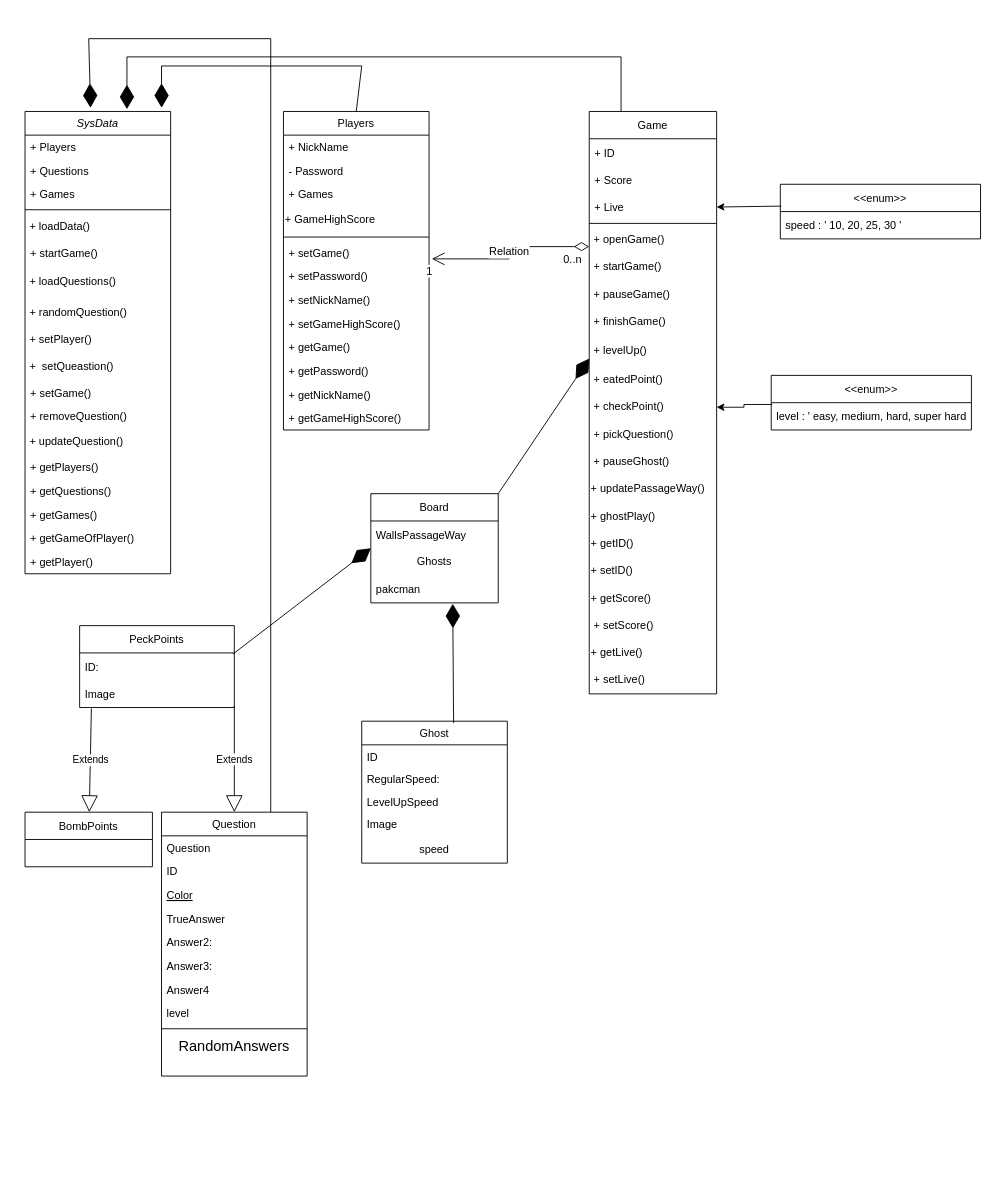
This is Untitled Diagram.drawio from muhammad197/Pack-Man, a draw.io file, before an edit. Source tidied: cells renumbered, new cells numbered last; positions are measured from the earlier drawing's top-left corner, leaving out a move shared by most shapes. Both pictures are drawn from the tidied source at 91%, with x=0, y=0 at pixel (25, 38).
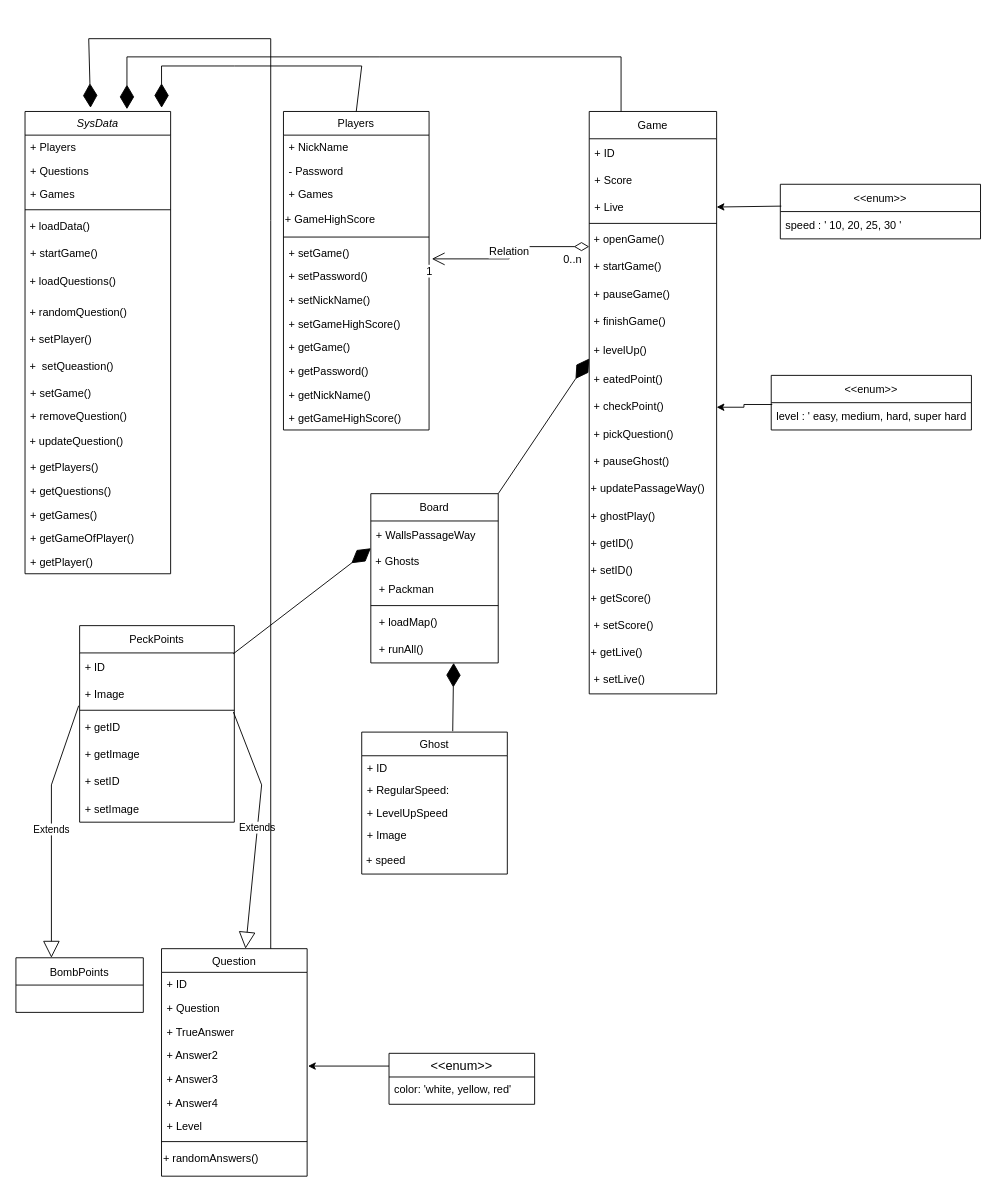
The same diagram, later.

What changed in the source:
```diff
@@
     <mxCell id="21" value="Question" style="swimlane;fontStyle=0;align=center;verticalAlign=top;horizontal=1;startSize=26;rounded=0;shadow=0;strokeWidth=1;" parent="1" vertex="1">
-      <mxGeometry x="150" y="850" width="160" height="290" as="geometry" />
+      <mxGeometry x="150" y="1000" width="160" height="250" as="geometry" />
     </mxCell>
+    <mxCell id="23" value="+ ID" style="text;align=left;verticalAlign=top;spacingLeft=4;spacingRight=4;overflow=hidden;rounded=0;shadow=0;html=0;" parent="21" vertex="1">
+      <mxGeometry y="26" width="160" height="26" as="geometry" />
+    </mxCell>
-    <mxCell id="22" value="Question" style="text;align=left;verticalAlign=top;spacingLeft=4;spacingRight=4;overflow=hidden;" parent="21" vertex="1">
-      <mxGeometry y="26" width="160" height="26" as="geometry" />
+    <mxCell id="22" value="+ Question" style="text;align=left;verticalAlign=top;spacingLeft=4;spacingRight=4;overflow=hidden;" parent="21" vertex="1">
+      <mxGeometry y="52" width="160" height="26" as="geometry" />
     </mxCell>
-    <mxCell id="23" value="ID" style="text;align=left;verticalAlign=top;spacingLeft=4;spacingRight=4;overflow=hidden;rounded=0;shadow=0;html=0;" parent="21" vertex="1">
-      <mxGeometry y="52" width="160" height="26" as="geometry" />
-    </mxCell>
-    <mxCell id="24" value="Color" style="text;align=left;verticalAlign=top;spacingLeft=4;spacingRight=4;overflow=hidden;fontStyle=4;" parent="21" vertex="1">
-      <mxGeometry y="78" width="160" height="26" as="geometry" />
-    </mxCell>
-    <mxCell id="25" value="TrueAnswer" style="text;align=left;verticalAlign=top;spacingLeft=4;spacingRight=4;overflow=hidden;" parent="21" vertex="1">
-      <mxGeometry y="104" width="160" height="26" as="geometry" />
+    <mxCell id="25" value="+ TrueAnswer" style="text;align=left;verticalAlign=top;spacingLeft=4;spacingRight=4;overflow=hidden;" parent="21" vertex="1">
+      <mxGeometry y="78" width="160" height="26" as="geometry" />
     </mxCell>
-    <mxCell id="26" value="Answer2:" style="text;align=left;verticalAlign=top;spacingLeft=4;spacingRight=4;overflow=hidden;" parent="21" vertex="1">
-      <mxGeometry y="130" width="160" height="26" as="geometry" />
+    <mxCell id="26" value="+ Answer2" style="text;align=left;verticalAlign=top;spacingLeft=4;spacingRight=4;overflow=hidden;" parent="21" vertex="1">
+      <mxGeometry y="104" width="160" height="26" as="geometry" />
     </mxCell>
-    <mxCell id="27" value="Answer3:" style="text;align=left;verticalAlign=top;spacingLeft=4;spacingRight=4;overflow=hidden;points=[[0,0.5],[1,0.5]];portConstraint=eastwest;rounded=0;shadow=0;html=0;" parent="21" vertex="1">
-      <mxGeometry y="156" width="160" height="26" as="geometry" />
+    <mxCell id="27" value="+ Answer3" style="text;align=left;verticalAlign=top;spacingLeft=4;spacingRight=4;overflow=hidden;points=[[0,0.5],[1,0.5]];portConstraint=eastwest;rounded=0;shadow=0;html=0;" parent="21" vertex="1">
+      <mxGeometry y="130" width="160" height="26" as="geometry" />
     </mxCell>
-    <mxCell id="28" value="Answer4" style="text;align=left;verticalAlign=top;spacingLeft=4;spacingRight=4;overflow=hidden;rounded=0;shadow=0;html=0;" parent="21" vertex="1">
-      <mxGeometry y="182" width="160" height="26" as="geometry" />
+    <mxCell id="28" value="+ Answer4" style="text;align=left;verticalAlign=top;spacingLeft=4;spacingRight=4;overflow=hidden;rounded=0;shadow=0;html=0;" parent="21" vertex="1">
+      <mxGeometry y="156" width="160" height="26" as="geometry" />
     </mxCell>
-    <mxCell id="29" value="level" style="text;align=left;verticalAlign=top;spacingLeft=4;spacingRight=4;overflow=hidden;" parent="21" vertex="1">
-      <mxGeometry y="208" width="160" height="26" as="geometry" />
+    <mxCell id="29" value="+ Level" style="text;align=left;verticalAlign=top;spacingLeft=4;spacingRight=4;overflow=hidden;" parent="21" vertex="1">
+      <mxGeometry y="182" width="160" height="26" as="geometry" />
     </mxCell>
     <mxCell id="30" style="line;html=1;strokeWidth=1;align=left;verticalAlign=middle;spacingTop=-1;spacingLeft=3;spacingRight=3;labelPosition=right;" parent="21" vertex="1">
-      <mxGeometry y="234" width="160" height="8" as="geometry" />
+      <mxGeometry y="208" width="160" height="8" as="geometry" />
     </mxCell>
-    <mxCell id="31" value="&lt;div class=&quot;page&quot; title=&quot;Page 10&quot;&gt;&lt;div class=&quot;section&quot; style=&quot;background-color: rgb(255 , 255 , 255)&quot;&gt;&lt;div class=&quot;layoutArea&quot;&gt;&lt;div class=&quot;column&quot;&gt;&lt;p&gt;&lt;span style=&quot;font-size: 12pt ; font-family: &amp;#34;arialmt&amp;#34;&quot;&gt;RandomAnswers&lt;/span&gt;&lt;/p&gt;&lt;/div&gt;&lt;/div&gt;&lt;/div&gt;&lt;/div&gt;" style="text;html=1;strokeColor=none;fillColor=none;align=center;verticalAlign=middle;whiteSpace=wrap;rounded=0;" parent="21" vertex="1">
-      <mxGeometry y="242" width="160" height="30" as="geometry" />
+    <mxCell id="31" value="&lt;div class=&quot;page&quot; title=&quot;Page 10&quot; style=&quot;font-size: 12px&quot;&gt;&lt;div class=&quot;section&quot; style=&quot;background-color: rgb(255 , 255 , 255) ; font-size: 12px&quot;&gt;&lt;div class=&quot;layoutArea&quot; style=&quot;font-size: 12px&quot;&gt;&lt;div class=&quot;column&quot; style=&quot;font-size: 12px&quot;&gt;&lt;p style=&quot;font-size: 12px&quot;&gt;&lt;span style=&quot;font-size: 12px ; font-family: &amp;#34;arialmt&amp;#34;&quot;&gt;+ randomAnswers()&lt;/span&gt;&lt;/p&gt;&lt;/div&gt;&lt;/div&gt;&lt;/div&gt;&lt;/div&gt;" style="text;html=1;strokeColor=none;fillColor=none;align=left;verticalAlign=middle;whiteSpace=wrap;rounded=0;fontSize=12;" parent="21" vertex="1">
+      <mxGeometry y="216" width="160" height="30" as="geometry" />
     </mxCell>
     <mxCell id="32" value="Ghost" style="swimlane;fontStyle=0;align=center;verticalAlign=top;horizontal=1;startSize=26;rounded=0;shadow=0;strokeWidth=1;" parent="1" vertex="1">
-      <mxGeometry x="370" y="750" width="160" height="156" as="geometry" />
+      <mxGeometry x="370" y="762" width="160" height="156" as="geometry" />
     </mxCell>
-    <mxCell id="33" value="ID" style="text;align=left;verticalAlign=top;spacingLeft=4;spacingRight=4;overflow=hidden;" parent="32" vertex="1">
+    <mxCell id="33" value="+ ID" style="text;align=left;verticalAlign=top;spacingLeft=4;spacingRight=4;overflow=hidden;fontSize=12;" parent="32" vertex="1">
       <mxGeometry y="26" width="160" height="24" as="geometry" />
     </mxCell>
-    <mxCell id="34" value="RegularSpeed:" style="text;align=left;verticalAlign=top;spacingLeft=4;spacingRight=4;overflow=hidden;" parent="32" vertex="1">
+    <mxCell id="34" value="+ RegularSpeed:" style="text;align=left;verticalAlign=top;spacingLeft=4;spacingRight=4;overflow=hidden;fontSize=12;" parent="32" vertex="1">
       <mxGeometry y="50" width="160" height="26" as="geometry" />
     </mxCell>
-    <mxCell id="35" value="LevelUpSpeed" style="text;align=left;verticalAlign=top;spacingLeft=4;spacingRight=4;overflow=hidden;" parent="32" vertex="1">
+    <mxCell id="35" value="+ LevelUpSpeed" style="text;align=left;verticalAlign=top;spacingLeft=4;spacingRight=4;overflow=hidden;fontSize=12;" parent="32" vertex="1">
       <mxGeometry y="76" width="160" height="24" as="geometry" />
     </mxCell>
-    <mxCell id="36" value="Image" style="text;align=left;verticalAlign=top;spacingLeft=4;spacingRight=4;overflow=hidden;" parent="32" vertex="1">
+    <mxCell id="36" value="+ Image" style="text;align=left;verticalAlign=top;spacingLeft=4;spacingRight=4;overflow=hidden;fontSize=12;" parent="32" vertex="1">
       <mxGeometry y="100" width="160" height="26" as="geometry" />
     </mxCell>
-    <mxCell id="37" value="speed" style="text;html=1;strokeColor=none;fillColor=none;align=center;verticalAlign=middle;whiteSpace=wrap;rounded=0;" parent="32" vertex="1">
+    <mxCell id="37" value="&amp;nbsp;+ speed" style="text;html=1;strokeColor=none;fillColor=none;align=left;verticalAlign=middle;whiteSpace=wrap;rounded=0;fontSize=12;" parent="32" vertex="1">
       <mxGeometry y="126" width="160" height="30" as="geometry" />
     </mxCell>
@@
     <mxCell id="74" value="PeckPoints" style="swimlane;fontStyle=0;horizontal=1;startSize=30;" parent="1" vertex="1">
-      <mxGeometry x="60" y="645" width="170" height="90" as="geometry" />
+      <mxGeometry x="60" y="645" width="170" height="216" as="geometry" />
     </mxCell>
-    <mxCell id="75" value="ID:" style="text;strokeColor=none;fillColor=none;align=left;verticalAlign=middle;spacingLeft=4;spacingRight=4;overflow=hidden;points=[[0,0.5],[1,0.5]];portConstraint=eastwest;" parent="74" vertex="1">
+    <mxCell id="75" value="+ ID" style="text;strokeColor=none;fillColor=none;align=left;verticalAlign=middle;spacingLeft=4;spacingRight=4;overflow=hidden;points=[[0,0.5],[1,0.5]];portConstraint=eastwest;" parent="74" vertex="1">
       <mxGeometry y="30" width="170" height="30" as="geometry" />
     </mxCell>
-    <mxCell id="76" value="Image" style="text;strokeColor=none;fillColor=none;align=left;verticalAlign=middle;spacingLeft=4;spacingRight=4;overflow=hidden;points=[[0,0.5],[1,0.5]];portConstraint=eastwest;" parent="74" vertex="1">
+    <mxCell id="76" value="+ Image" style="text;strokeColor=none;fillColor=none;align=left;verticalAlign=middle;spacingLeft=4;spacingRight=4;overflow=hidden;points=[[0,0.5],[1,0.5]];portConstraint=eastwest;" parent="74" vertex="1">
       <mxGeometry y="60" width="170" height="30" as="geometry" />
     </mxCell>
+    <mxCell id="99" style="line;html=1;strokeWidth=1;align=left;verticalAlign=middle;spacingTop=-1;spacingLeft=3;spacingRight=3;labelPosition=right;points=[];portConstraint=eastwest;" parent="74" vertex="1">
+      <mxGeometry y="90" width="170" height="6" as="geometry" />
+    </mxCell>
+    <mxCell id="100" value="+ getID" style="text;strokeColor=none;fillColor=none;align=left;verticalAlign=middle;spacingLeft=4;spacingRight=4;overflow=hidden;" parent="74" vertex="1">
+      <mxGeometry y="96" width="170" height="30" as="geometry" />
+    </mxCell>
+    <mxCell id="101" value="+ getImage" style="text;strokeColor=none;fillColor=none;align=left;verticalAlign=middle;spacingLeft=4;spacingRight=4;overflow=hidden;" parent="74" vertex="1">
+      <mxGeometry y="126" width="170" height="30" as="geometry" />
+    </mxCell>
+    <mxCell id="102" value="+ setID" style="text;strokeColor=none;fillColor=none;align=left;verticalAlign=middle;spacingLeft=4;spacingRight=4;overflow=hidden;" parent="74" vertex="1">
+      <mxGeometry y="156" width="170" height="30" as="geometry" />
+    </mxCell>
+    <mxCell id="103" value="+ setImage" style="text;strokeColor=none;fillColor=none;align=left;verticalAlign=middle;spacingLeft=4;spacingRight=4;overflow=hidden;" parent="74" vertex="1">
+      <mxGeometry y="186" width="170" height="30" as="geometry" />
+    </mxCell>
     <mxCell id="77" value="BombPoints" style="swimlane;fontStyle=0;horizontal=1;startSize=30;" parent="1" vertex="1">
-      <mxGeometry y="850" width="140" height="60" as="geometry" />
+      <mxGeometry x="-10" y="1010" width="140" height="60" as="geometry" />
     </mxCell>
     <mxCell id="78" value="Board" style="swimlane;fontStyle=0;horizontal=1;startSize=30;" parent="1" vertex="1">
-      <mxGeometry x="380" y="500" width="140" height="120" as="geometry" />
+      <mxGeometry x="380" y="500" width="140" height="186" as="geometry" />
     </mxCell>
-    <mxCell id="79" value="WallsPassageWay" style="text;strokeColor=none;fillColor=none;align=left;verticalAlign=middle;spacingLeft=4;spacingRight=4;overflow=hidden;" parent="78" vertex="1">
+    <mxCell id="79" value="+ WallsPassageWay" style="text;strokeColor=none;fillColor=none;align=left;verticalAlign=middle;spacingLeft=4;spacingRight=4;overflow=hidden;" parent="78" vertex="1">
       <mxGeometry y="30" width="140" height="30" as="geometry" />
     </mxCell>
-    <mxCell id="80" value="Ghosts" style="text;html=1;strokeColor=none;fillColor=none;align=center;verticalAlign=middle;whiteSpace=wrap;rounded=0;" parent="78" vertex="1">
+    <mxCell id="80" value="&amp;nbsp;+ Ghosts" style="text;html=1;strokeColor=none;fillColor=none;align=left;verticalAlign=middle;whiteSpace=wrap;rounded=0;" parent="78" vertex="1">
       <mxGeometry y="60" width="140" height="30" as="geometry" />
     </mxCell>
-    <mxCell id="81" value="pakcman" style="text;strokeColor=none;fillColor=none;align=left;verticalAlign=middle;spacingLeft=4;spacingRight=4;overflow=hidden;points=[[0,0.5],[1,0.5]];portConstraint=eastwest;" parent="78" vertex="1">
+    <mxCell id="81" value=" + Packman" style="text;strokeColor=none;fillColor=none;align=left;verticalAlign=middle;spacingLeft=4;spacingRight=4;overflow=hidden;points=[[0,0.5],[1,0.5]];portConstraint=eastwest;" parent="78" vertex="1">
       <mxGeometry y="90" width="140" height="30" as="geometry" />
     </mxCell>
+    <mxCell id="104" style="line;html=1;strokeWidth=1;align=left;verticalAlign=middle;spacingTop=-1;spacingLeft=3;spacingRight=3;labelPosition=right;" parent="78" vertex="1">
+      <mxGeometry y="120" width="140" height="6" as="geometry" />
+    </mxCell>
+    <mxCell id="105" value=" + loadMap()" style="text;strokeColor=none;fillColor=none;align=left;verticalAlign=middle;spacingLeft=4;spacingRight=4;overflow=hidden;" parent="78" vertex="1">
+      <mxGeometry y="126" width="140" height="30" as="geometry" />
+    </mxCell>
+    <mxCell id="106" value=" + runAll()" style="text;strokeColor=none;fillColor=none;align=left;verticalAlign=middle;spacingLeft=4;spacingRight=4;overflow=hidden;points=[[0,0.5],[1,0.5]];portConstraint=eastwest;" parent="78" vertex="1">
+      <mxGeometry y="156" width="140" height="30" as="geometry" />
+    </mxCell>
@@
-    <mxCell id="85" value="Extends" style="endArrow=block;endSize=16;endFill=0;html=1;rounded=0;exitX=0.076;exitY=1.033;exitDx=0;exitDy=0;exitPerimeter=0;" parent="1" edge="1" source="76" target="77">
-      <mxGeometry relative="1" as="geometry" />
+    <mxCell id="85" value="Extends" style="endArrow=block;endSize=16;endFill=0;html=1;rounded=0;exitX=-0.006;exitY=0.933;exitDx=0;exitDy=0;exitPerimeter=0;" parent="1" edge="1" source="76">
+      <mxGeometry relative="1" as="geometry">
+        <mxPoint x="29" y="1010" as="targetPoint" />
+        <Array as="points">
+          <mxPoint x="29" y="820" />
+        </Array>
+      </mxGeometry>
     </mxCell>
-    <mxCell id="86" value="Extends" style="endArrow=block;endSize=16;endFill=0;html=1;rounded=0;exitX=1;exitY=0.933;exitDx=0;exitDy=0;exitPerimeter=0;" parent="1" edge="1" source="76" target="21">
-      <mxGeometry relative="1" as="geometry" />
+    <mxCell id="86" value="Extends" style="endArrow=block;endSize=16;endFill=0;html=1;rounded=0;exitX=0.994;exitY=0.833;exitDx=0;exitDy=0;exitPerimeter=0;" parent="1" edge="1" source="99" target="21">
+      <mxGeometry relative="1" as="geometry">
+        <Array as="points">
+          <mxPoint x="260" y="820" />
+        </Array>
+      </mxGeometry>
     </mxCell>
@@
-    <mxCell id="92" style="endArrow=diamondThin;endFill=1;endSize=24;html=1;rounded=0;exitX=0.631;exitY=0.013;exitDx=0;exitDy=0;exitPerimeter=0;entryX=0.643;entryY=1.033;entryDx=0;entryDy=0;entryPerimeter=0;" parent="1" edge="1" source="32" target="81">
-      <mxGeometry relative="1" as="geometry" />
+    <mxCell id="92" style="endArrow=diamondThin;endFill=1;endSize=24;html=1;rounded=0;entryX=0.65;entryY=1;entryDx=0;entryDy=0;entryPerimeter=0;" parent="1" edge="1" target="106">
+      <mxGeometry relative="1" as="geometry">
+        <mxPoint x="470" y="761" as="sourcePoint" />
+      </mxGeometry>
     </mxCell>
@@
+    <mxCell id="107" value="&lt;&lt;enum&gt;&gt;" style="swimlane;fontStyle=0;horizontal=1;startSize=26;align=center;fontSize=14;" parent="1" vertex="1">
+      <mxGeometry x="400" y="1115" width="160" height="56" as="geometry" />
+    </mxCell>
+    <mxCell id="108" value="color: 'white, yellow, red'" style="text;strokeColor=none;fillColor=none;spacingLeft=4;spacingRight=4;overflow=hidden;fontSize=12;align=left;" parent="107" vertex="1">
+      <mxGeometry y="26" width="160" height="30" as="geometry" />
+    </mxCell>
+    <mxCell id="109" style="endArrow=classic;html=1;rounded=0;fontSize=12;entryX=1.006;entryY=-0.038;entryDx=0;entryDy=0;entryPerimeter=0;exitX=0;exitY=0.25;exitDx=0;exitDy=0;" parent="1" edge="1" source="107" target="27">
+      <mxGeometry relative="1" as="geometry" />
+    </mxCell>
```
